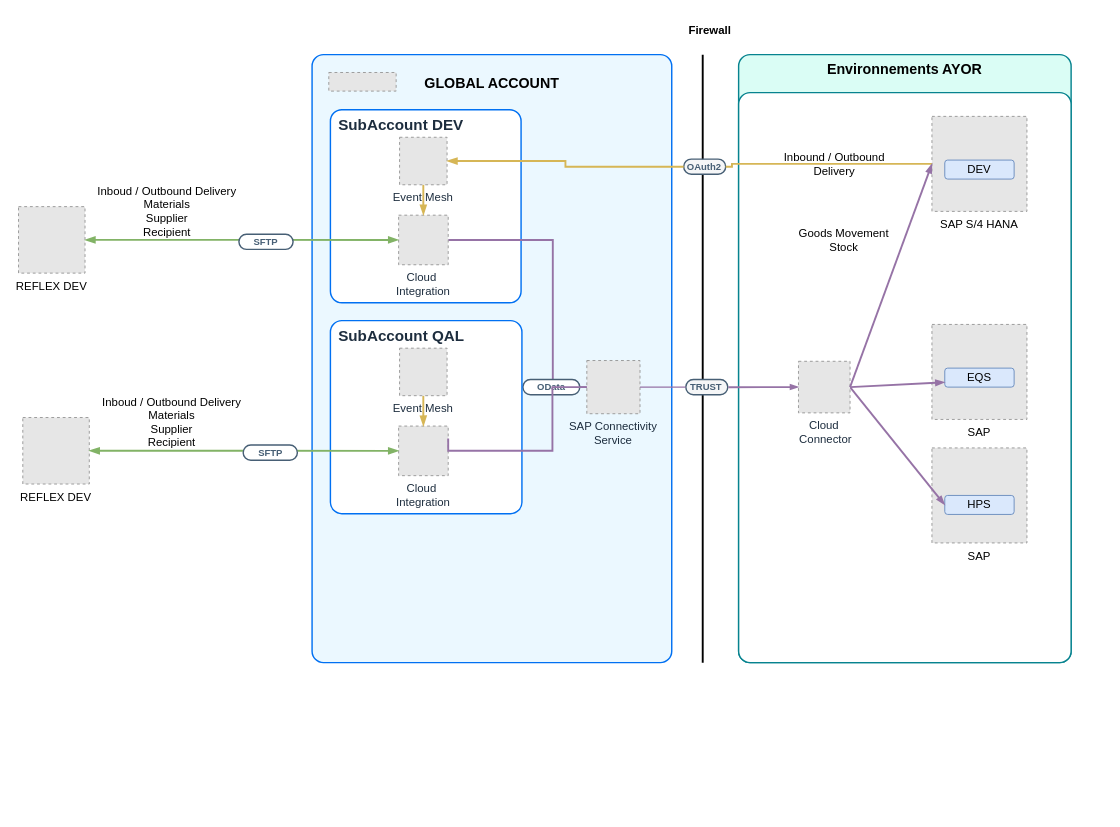
MikaPaP/BTP_ArchiIS keeps this draw.io diagram as TEMPLATE.drawio. Above is the earlier version. Source tidied: cells renumbered, new cells numbered last; positions are measured from the earlier drawing's top-left corner, leaving out a move shared by most shapes. Both pictures are drawn from the tidied source at 95%, with x=0, y=0 at pixel (18, 16). Pictures stored in the file or linked from it are replaced by grey dashed boxes.
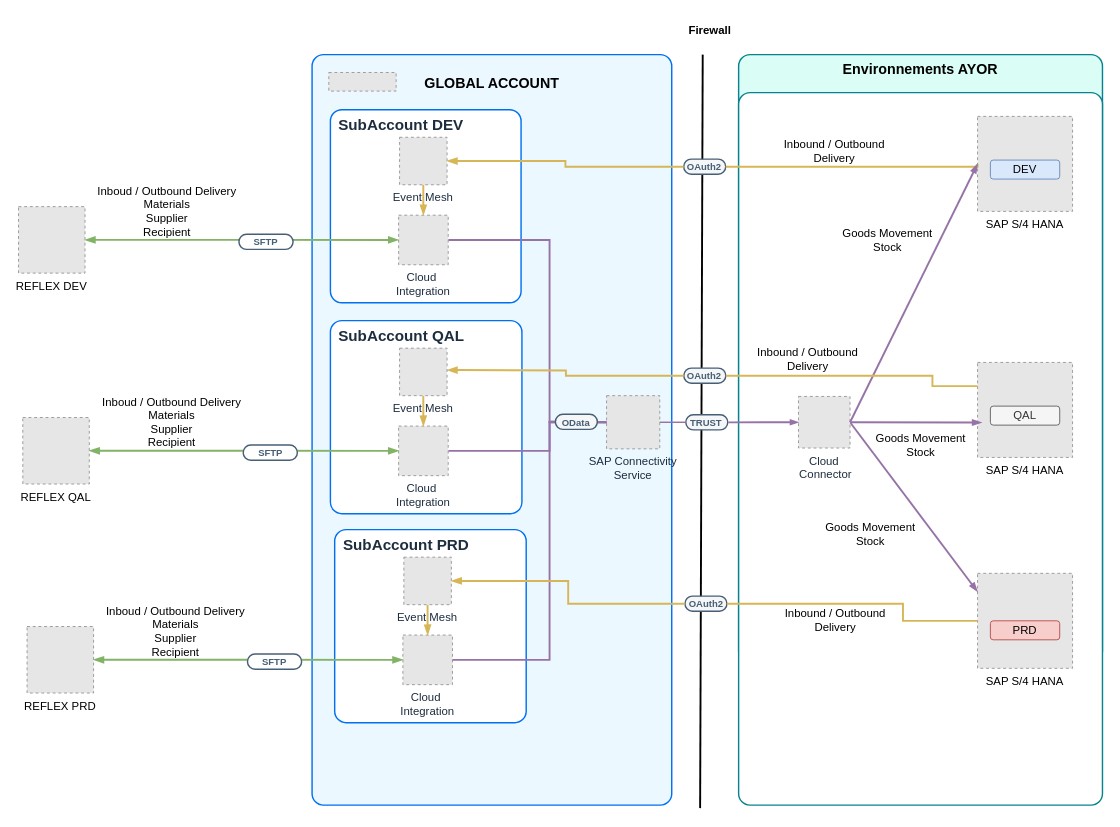
After the change.

The change refers to these unchanged cells:
```xml
<mxCell id="12" value="Cloud &#10;Integration" style="fillColor=#E6E6E6;strokeColor=#999999;dashed=1;verticalLabelPosition=bottom;verticalAlign=top;fontStyle=0;fontSize=12;fontColor=#1D2D3E;" parent="2" vertex="1">
  <mxGeometry x="91.1" y="169" width="52.2" height="52.2" as="geometry" />
</mxCell>
<mxCell id="15" value="&lt;p style=&quot;line-height: 114%;&quot;&gt;&lt;font color=&quot;#475f75&quot; size=&quot;1&quot;&gt;&lt;b style=&quot;&quot;&gt;OAuth2&lt;/b&gt;&lt;/font&gt;&lt;/p&gt;" style="rounded=1;whiteSpace=wrap;html=1;arcSize=50;strokeColor=#475f75;fillColor=#f5f6f7;fontColor=#266f3a;strokeWidth=1.5;" parent="2" vertex="1">
  <mxGeometry x="391.2" y="110" width="44.2" height="16" as="geometry" />
</mxCell>
<mxCell id="39" value="Cloud &#10;Integration" style="fillColor=#E6E6E6;strokeColor=#999999;dashed=1;verticalLabelPosition=bottom;verticalAlign=top;fontStyle=0;fontSize=12;fontColor=#1D2D3E;" parent="1" vertex="1">
  <mxGeometry x="400.1" y="431" width="52.2" height="52.2" as="geometry" />
</mxCell>
```

The edit, as a diff of the source:
```diff
@@
+    <mxCell id="18" value="Environnements AYOR" style="rounded=1;whiteSpace=wrap;html=1;strokeColor=#07838f;fillColor=#dafdf5;arcSize=24;absoluteArcSize=1;imageWidth=64;imageHeight=64;strokeWidth=1.5;verticalAlign=top;fontSize=15;fontStyle=1;" parent="1" vertex="1">
+      <mxGeometry x="758" y="40" width="383" height="640" as="geometry" />
+    </mxCell>
+    <mxCell id="19" style="rounded=1;whiteSpace=wrap;html=1;strokeColor=#07838f;fillColor=#FFFFFF;arcSize=24;absoluteArcSize=1;imageWidth=64;imageHeight=64;strokeWidth=1.5;" parent="1" vertex="1">
+      <mxGeometry x="758" y="80" width="383" height="750" as="geometry" />
+    </mxCell>
     <mxCell id="2" style="group;arcSize=24;" parent="1" vertex="1">
-      <mxGeometry x="309" y="40" width="571" height="640" as="geometry" />
+      <mxGeometry x="309" y="40" width="690" height="790" as="geometry" />
     </mxCell>
     <mxCell id="3" value="&lt;p style=&quot;line-height: 100%; font-size: 15px;&quot;&gt;&lt;/p&gt;&lt;h1 style=&quot;font-size: 15px;&quot;&gt;&lt;b style=&quot;font-size: 15px;&quot;&gt;GLOBAL ACCOUNT&lt;/b&gt;&lt;/h1&gt;&lt;p style=&quot;font-size: 15px;&quot;&gt;&lt;/p&gt;" style="rounded=1;whiteSpace=wrap;html=1;strokeColor=#0070F2;fillColor=#EBF8FF;arcSize=24;absoluteArcSize=1;imageWidth=64;imageHeight=64;strokeWidth=1.5;verticalAlign=top;fontSize=15;" parent="2" vertex="1">
-      <mxGeometry width="378.6" height="640" as="geometry" />
+      <mxGeometry width="378.6" height="790" as="geometry" />
     </mxCell>
@@
     <mxCell id="6" value="SAP Connectivity&#10;Service" style="fillColor=#E6E6E6;strokeColor=#999999;dashed=1;verticalLabelPosition=bottom;verticalAlign=top;fontStyle=0;fontSize=12;fontColor=#1D2D3E;" parent="2" vertex="1">
-      <mxGeometry x="289.2" y="322" width="56" height="56" as="geometry" />
+      <mxGeometry x="310" y="359" width="56" height="56" as="geometry" />
     </mxCell>
-    <mxCell id="7" style="edgeStyle=none;orthogonalLoop=1;jettySize=auto;html=1;rounded=0;endArrow=none;endFill=0;strokeWidth=2;" parent="2" edge="1">
+    <mxCell id="7" style="edgeStyle=none;jettySize=auto;html=1;rounded=0;endArrow=none;endFill=0;strokeWidth=2;entryX=0.592;entryY=1.004;entryDx=0;entryDy=0;entryPerimeter=0;" parent="2" edge="1" target="2">
       <mxGeometry relative="1" as="geometry">
         <mxPoint x="411.2" as="sourcePoint" />
-        <mxPoint x="411.2" y="640" as="targetPoint" />
       </mxGeometry>
     </mxCell>
     <mxCell id="8" value="&lt;p style=&quot;line-height: 114%;&quot;&gt;&lt;font color=&quot;#475f75&quot; size=&quot;1&quot;&gt;&lt;b style=&quot;&quot;&gt;TRUST&lt;/b&gt;&lt;/font&gt;&lt;/p&gt;" style="rounded=1;whiteSpace=wrap;html=1;arcSize=50;strokeColor=#475f75;fillColor=#f5f6f7;fontColor=#266f3a;strokeWidth=1.5;" parent="2" vertex="1">
-      <mxGeometry x="393.4" y="342" width="44.2" height="16" as="geometry" />
+      <mxGeometry x="393.4" y="379" width="44.2" height="16" as="geometry" />
     </mxCell>
@@
     <mxCell id="10" style="edgeStyle=orthogonalEdgeStyle;rounded=0;jettySize=auto;html=1;entryX=0;entryY=0.5;entryDx=0;entryDy=0;entryPerimeter=0;strokeColor=#9673a6;strokeWidth=2;endArrow=none;endFill=0;fillColor=#e1d5e7;exitX=1;exitY=0.5;exitDx=0;exitDy=0;exitPerimeter=0;" parent="2" edge="1" source="12" target="6">
       <mxGeometry relative="1" as="geometry">
         <Array as="points">
-          <mxPoint x="253.4" y="195" />
-          <mxPoint x="253.4" y="350" />
+          <mxPoint x="250" y="195" />
+          <mxPoint x="250" y="387" />
         </Array>
       </mxGeometry>
     </mxCell>
-    <mxCell id="11" value="&lt;font color=&quot;#475f75&quot; size=&quot;1&quot;&gt;&lt;b style=&quot;&quot;&gt;OData&lt;/b&gt;&lt;/font&gt;" style="rounded=1;whiteSpace=wrap;html=1;arcSize=50;strokeColor=#475f75;fillColor=default;strokeWidth=1.5;" parent="2" vertex="1">
-      <mxGeometry x="221.9" y="342" width="59.9" height="16" as="geometry" />
-    </mxCell>
@@
-    <mxCell id="18" value="Environnements AYOR" style="rounded=1;whiteSpace=wrap;html=1;strokeColor=#07838f;fillColor=#dafdf5;arcSize=24;absoluteArcSize=1;imageWidth=64;imageHeight=64;strokeWidth=1.5;verticalAlign=top;fontSize=15;fontStyle=1;" parent="1" vertex="1">
-      <mxGeometry x="758" y="40" width="350" height="640" as="geometry" />
-    </mxCell>
-    <mxCell id="19" style="rounded=1;whiteSpace=wrap;html=1;strokeColor=#07838f;fillColor=#FFFFFF;arcSize=24;absoluteArcSize=1;imageWidth=64;imageHeight=64;strokeWidth=1.5;" parent="1" vertex="1">
-      <mxGeometry x="758" y="80" width="350" height="600" as="geometry" />
-    </mxCell>
+    <mxCell id="47" value="&lt;p style=&quot;line-height: 114%;&quot;&gt;&lt;font color=&quot;#475f75&quot; size=&quot;1&quot;&gt;&lt;b style=&quot;&quot;&gt;OAuth2&lt;/b&gt;&lt;/font&gt;&lt;/p&gt;" style="rounded=1;whiteSpace=wrap;html=1;arcSize=50;strokeColor=#475f75;fillColor=#f5f6f7;fontColor=#266f3a;strokeWidth=1.5;" parent="2" vertex="1">
+      <mxGeometry x="391.3" y="330" width="44.2" height="16" as="geometry" />
+    </mxCell>
+    <mxCell id="48" style="edgeStyle=orthogonalEdgeStyle;rounded=0;jettySize=auto;html=1;exitX=0;exitY=0.5;exitDx=0;exitDy=0;entryX=1;entryY=0.5;entryDx=0;entryDy=0;entryPerimeter=0;fillColor=#fff2cc;strokeColor=#d6b656;strokeWidth=2;endArrow=blockThin;endFill=1;" parent="2" edge="1" source="47">
+      <mxGeometry relative="1" as="geometry">
+        <mxPoint x="142.1" y="332" as="targetPoint" />
+      </mxGeometry>
+    </mxCell>
+    <mxCell id="49" value="Inbound / Outbound Delivery" style="text;html=1;align=center;verticalAlign=middle;whiteSpace=wrap;rounded=0;" parent="2" vertex="1">
+      <mxGeometry x="462.1" y="306" width="120" height="30" as="geometry" />
+    </mxCell>
+    <mxCell id="50" value="Goods Movement&lt;div&gt;Stock&lt;/div&gt;" style="text;html=1;align=center;verticalAlign=middle;whiteSpace=wrap;rounded=0;" parent="2" vertex="1">
+      <mxGeometry x="581" y="396" width="120" height="30" as="geometry" />
+    </mxCell>
+    <mxCell id="51" value="&lt;p style=&quot;line-height: 114%;&quot;&gt;&lt;font color=&quot;#475f75&quot; size=&quot;1&quot;&gt;&lt;b style=&quot;&quot;&gt;OAuth2&lt;/b&gt;&lt;/font&gt;&lt;/p&gt;" style="rounded=1;whiteSpace=wrap;html=1;arcSize=50;strokeColor=#475f75;fillColor=#f5f6f7;fontColor=#266f3a;strokeWidth=1.5;" parent="2" vertex="1">
+      <mxGeometry x="392.5" y="570" width="44.2" height="16" as="geometry" />
+    </mxCell>
+    <mxCell id="52" value="Inbound / Outbound Delivery" style="text;html=1;align=center;verticalAlign=middle;whiteSpace=wrap;rounded=0;" parent="2" vertex="1">
+      <mxGeometry x="491.3" y="580" width="120" height="30" as="geometry" />
+    </mxCell>
+    <mxCell id="53" value="&lt;font face=&quot;arial&quot; style=&quot;color: rgb(29, 45, 62); text-wrap-mode: nowrap; font-size: 16px;&quot;&gt;&lt;b&gt;SubAccount PRD&lt;/b&gt;&lt;/font&gt;" style="rounded=1;whiteSpace=wrap;html=1;strokeColor=#0070F2;strokeWidth=1.5;arcSize=24;fillColor=#FFFFFF;perimeterSpacing=0;absoluteArcSize=1;verticalAlign=top;align=left;spacingTop=0;spacingLeft=7;" parent="1" vertex="1">
+      <mxGeometry x="332.8" y="540" width="201.6" height="203.2" as="geometry" />
+    </mxCell>
+    <mxCell id="46" style="edgeStyle=orthogonalEdgeStyle;rounded=0;jettySize=auto;html=1;exitX=1;exitY=0.5;exitDx=0;exitDy=0;exitPerimeter=0;entryX=0;entryY=0.5;entryDx=0;entryDy=0;entryPerimeter=0;strokeColor=#9673a6;strokeWidth=2;endArrow=none;endFill=0;fillColor=#e1d5e7;" parent="1" edge="1" source="39" target="6">
+      <mxGeometry relative="1" as="geometry">
+        <Array as="points">
+          <mxPoint x="559" y="457" />
+          <mxPoint x="559" y="427" />
+        </Array>
+      </mxGeometry>
+    </mxCell>
@@
-    <mxCell id="21" value="SAP" style="fillColor=#E6E6E6;strokeColor=#999999;dashed=1;verticalLabelPosition=bottom;verticalAlign=top;" parent="1" vertex="1">
-      <mxGeometry x="961.5" y="324" width="100" height="100" as="geometry" />
+    <mxCell id="21" value="SAP S/4 HANA" style="fillColor=#E6E6E6;strokeColor=#999999;dashed=1;verticalLabelPosition=bottom;verticalAlign=top;" parent="1" vertex="1">
+      <mxGeometry x="1009.5" y="364" width="100" height="100" as="geometry" />
     </mxCell>
-    <mxCell id="22" value="EQS" style="rounded=1;whiteSpace=wrap;html=1;fillColor=#dae8fc;strokeColor=#6c8ebf;" parent="1" vertex="1">
-      <mxGeometry x="975" y="370" width="73" height="20" as="geometry" />
+    <mxCell id="22" value="QAL" style="rounded=1;whiteSpace=wrap;html=1;fillColor=#f5f5f5;strokeColor=#666666;fontColor=#333333;" parent="1" vertex="1">
+      <mxGeometry x="1023" y="410" width="73" height="20" as="geometry" />
     </mxCell>
-    <mxCell id="23" value="SAP" style="fillColor=#E6E6E6;strokeColor=#999999;dashed=1;verticalLabelPosition=bottom;verticalAlign=top;" parent="1" vertex="1">
-      <mxGeometry x="961.5" y="454" width="100" height="100" as="geometry" />
+    <mxCell id="23" value="SAP S/4 HANA" style="fillColor=#E6E6E6;strokeColor=#999999;dashed=1;verticalLabelPosition=bottom;verticalAlign=top;" parent="1" vertex="1">
+      <mxGeometry x="1009.5" y="586" width="100" height="100" as="geometry" />
     </mxCell>
-    <mxCell id="24" value="HPS" style="rounded=1;whiteSpace=wrap;html=1;fillColor=#dae8fc;strokeColor=#6c8ebf;" parent="1" vertex="1">
-      <mxGeometry x="975" y="504" width="73" height="20" as="geometry" />
+    <mxCell id="24" value="PRD" style="rounded=1;whiteSpace=wrap;html=1;fillColor=#f8cecc;strokeColor=#b85450;" parent="1" vertex="1">
+      <mxGeometry x="1023" y="636" width="73" height="20" as="geometry" />
     </mxCell>
-    <mxCell id="25" style="edgeStyle=none;rounded=0;jettySize=auto;html=1;fontColor=#BFBFBF;fontSize=13;strokeColor=#9673a6;endSize=5;strokeWidth=2;endArrow=blockThin;endFill=1;exitX=1;exitY=0.5;exitDx=0;exitDy=0;entryX=0;entryY=0.75;entryDx=0;entryDy=0;flowAnimation=0;fillColor=#e1d5e7;" parent="1" edge="1" source="28" target="22">
+    <mxCell id="25" style="edgeStyle=none;rounded=0;jettySize=auto;html=1;fontColor=#BFBFBF;fontSize=13;strokeColor=#9673a6;endSize=5;strokeWidth=2;endArrow=blockThin;endFill=1;exitX=1;exitY=0.5;exitDx=0;exitDy=0;flowAnimation=0;fillColor=#e1d5e7;entryX=0.042;entryY=0.633;entryDx=0;entryDy=0;entryPerimeter=0;" parent="1" edge="1" source="28" target="21">
       <mxGeometry relative="1" as="geometry" />
     </mxCell>
-    <mxCell id="26" style="edgeStyle=none;rounded=0;jettySize=auto;html=1;fontColor=#BFBFBF;fontSize=13;strokeColor=#9673a6;endSize=5;strokeWidth=2;endArrow=blockThin;endFill=1;exitX=1;exitY=0.5;exitDx=0;exitDy=0;entryX=0;entryY=0.5;entryDx=0;entryDy=0;flowAnimation=0;fillColor=#e1d5e7;" parent="1" edge="1" source="28" target="24">
+    <mxCell id="26" style="edgeStyle=none;rounded=0;jettySize=auto;html=1;fontColor=#BFBFBF;fontSize=13;strokeColor=#9673a6;endSize=5;strokeWidth=2;endArrow=blockThin;endFill=1;exitX=1;exitY=0.5;exitDx=0;exitDy=0;entryX=0;entryY=0.194;entryDx=0;entryDy=0;flowAnimation=0;fillColor=#e1d5e7;entryPerimeter=0;" parent="1" edge="1" source="28" target="23">
       <mxGeometry relative="1" as="geometry" />
     </mxCell>
@@
     <mxCell id="28" value="Cloud&#10; Connector" style="fillColor=#E6E6E6;strokeColor=#999999;dashed=1;verticalLabelPosition=bottom;verticalAlign=top;fontStyle=0;fontSize=12;fontColor=#1D2D3E;" parent="1" vertex="1">
-      <mxGeometry x="821" y="362.8" width="54.3" height="54.3" as="geometry" />
+      <mxGeometry x="821" y="399.8" width="54.3" height="54.3" as="geometry" />
     </mxCell>
@@
     <mxCell id="32" value="SAP S/4 HANA" style="fillColor=#E6E6E6;strokeColor=#999999;dashed=1;verticalLabelPosition=bottom;verticalAlign=top;" parent="1" vertex="1">
-      <mxGeometry x="961.5" y="105" width="100" height="100" as="geometry" />
+      <mxGeometry x="1009.5" y="105" width="100" height="100" as="geometry" />
     </mxCell>
     <mxCell id="33" value="DEV" style="rounded=1;whiteSpace=wrap;html=1;fillColor=#dae8fc;strokeColor=#6c8ebf;" parent="1" vertex="1">
-      <mxGeometry x="975" y="151" width="73" height="20" as="geometry" />
+      <mxGeometry x="1023" y="151" width="73" height="20" as="geometry" />
     </mxCell>
     <mxCell id="34" style="edgeStyle=orthogonalEdgeStyle;rounded=0;jettySize=auto;html=1;exitX=0;exitY=0.5;exitDx=0;exitDy=0;entryX=1;entryY=0.5;entryDx=0;entryDy=0;fillColor=#fff2cc;strokeColor=#d6b656;strokeWidth=2;endArrow=none;endFill=0;" parent="1" edge="1" source="32" target="15">
       <mxGeometry relative="1" as="geometry">
         <Array as="points">
-          <mxPoint x="751" y="155" />
+          <mxPoint x="1009" y="158" />
         </Array>
       </mxGeometry>
     </mxCell>
@@
     <mxCell id="36" value="Inbound / Outbound Delivery" style="text;html=1;align=center;verticalAlign=middle;whiteSpace=wrap;rounded=0;" parent="1" vertex="1">
-      <mxGeometry x="799" y="140" width="120" height="30" as="geometry" />
+      <mxGeometry x="799" y="127" width="120" height="30" as="geometry" />
     </mxCell>
@@
     <mxCell id="38" value="Goods Movement&lt;div&gt;Stock&lt;/div&gt;" style="text;html=1;align=center;verticalAlign=middle;whiteSpace=wrap;rounded=0;" parent="1" vertex="1">
-      <mxGeometry x="809" y="220.1" width="120" height="30" as="geometry" />
+      <mxGeometry x="855" y="220.1" width="120" height="30" as="geometry" />
     </mxCell>
@@
-    <mxCell id="42" value="REFLEX DEV" style="fillColor=#E6E6E6;strokeColor=#999999;dashed=1;verticalLabelPosition=bottom;verticalAlign=top;" parent="1" vertex="1">
+    <mxCell id="42" value="REFLEX QAL" style="fillColor=#E6E6E6;strokeColor=#999999;dashed=1;verticalLabelPosition=bottom;verticalAlign=top;" parent="1" vertex="1">
       <mxGeometry x="4.5" y="422" width="70" height="70" as="geometry" />
     </mxCell>
@@
-    <mxCell id="46" style="edgeStyle=orthogonalEdgeStyle;rounded=0;jettySize=auto;html=1;exitX=1;exitY=0.25;exitDx=0;exitDy=0;exitPerimeter=0;entryX=0;entryY=0.5;entryDx=0;entryDy=0;entryPerimeter=0;strokeColor=#9673a6;strokeWidth=2;endArrow=none;endFill=0;fillColor=#e1d5e7;" parent="1" edge="1" source="39" target="6">
-      <mxGeometry relative="1" as="geometry">
-        <Array as="points">
-          <mxPoint x="452" y="457" />
-          <mxPoint x="562" y="457" />
-          <mxPoint x="562" y="390" />
-        </Array>
-      </mxGeometry>
-    </mxCell>
+    <mxCell id="54" value="Cloud &#10;Integration" style="fillColor=#E6E6E6;strokeColor=#999999;dashed=1;verticalLabelPosition=bottom;verticalAlign=top;fontStyle=0;fontSize=12;fontColor=#1D2D3E;" parent="1" vertex="1">
+      <mxGeometry x="404.6" y="651" width="52.2" height="52.2" as="geometry" />
+    </mxCell>
+    <mxCell id="55" style="edgeStyle=orthogonalEdgeStyle;rounded=0;jettySize=auto;html=1;fillColor=#fff2cc;strokeColor=#d6b656;strokeWidth=2;endArrow=blockThin;endFill=1;" parent="1" edge="1" source="56" target="54">
+      <mxGeometry relative="1" as="geometry" />
+    </mxCell>
+    <mxCell id="56" value="Event Mesh" style="fillColor=#E6E6E6;strokeColor=#999999;dashed=1;verticalLabelPosition=bottom;verticalAlign=top;fontStyle=0;fontSize=12;fontColor=#1D2D3E;" parent="1" vertex="1">
+      <mxGeometry x="405.6" y="569" width="50" height="50" as="geometry" />
+    </mxCell>
+    <mxCell id="57" value="REFLEX PRD" style="fillColor=#E6E6E6;strokeColor=#999999;dashed=1;verticalLabelPosition=bottom;verticalAlign=top;" parent="1" vertex="1">
+      <mxGeometry x="9" y="642" width="70" height="70" as="geometry" />
+    </mxCell>
+    <mxCell id="58" style="edgeStyle=orthogonalEdgeStyle;rounded=0;jettySize=auto;html=1;exitX=1;exitY=0.5;exitDx=0;exitDy=0;entryX=0;entryY=0.5;entryDx=0;entryDy=0;entryPerimeter=0;strokeWidth=2;endArrow=blockThin;endFill=1;strokeColor=#82b366;startArrow=blockThin;startFill=1;fillColor=#d5e8d4;" parent="1" edge="1" source="57" target="54">
+      <mxGeometry relative="1" as="geometry" />
+    </mxCell>
+    <mxCell id="59" value="&lt;font color=&quot;#475f75&quot; size=&quot;1&quot;&gt;&lt;b style=&quot;&quot;&gt;SFTP&lt;/b&gt;&lt;/font&gt;" style="rounded=1;whiteSpace=wrap;html=1;arcSize=50;strokeColor=#475f75;fillColor=default;strokeWidth=1.5;" parent="1" vertex="1">
+      <mxGeometry x="241" y="671" width="57" height="16" as="geometry" />
+    </mxCell>
+    <mxCell id="60" value="Inboud / Outbound Delivery&lt;div&gt;Materials&lt;/div&gt;&lt;div&gt;Supplier&lt;/div&gt;&lt;div&gt;Recipient&lt;/div&gt;" style="text;html=1;align=center;verticalAlign=middle;whiteSpace=wrap;rounded=0;" parent="1" vertex="1">
+      <mxGeometry x="88" y="622" width="155" height="49" as="geometry" />
+    </mxCell>
+    <mxCell id="61" style="edgeStyle=orthogonalEdgeStyle;rounded=0;jettySize=auto;html=1;exitX=1;exitY=0.5;exitDx=0;exitDy=0;exitPerimeter=0;entryX=0;entryY=0.5;entryDx=0;entryDy=0;entryPerimeter=0;strokeColor=#9673a6;strokeWidth=2;endArrow=none;endFill=0;fillColor=#e1d5e7;" parent="1" edge="1" source="11" target="6">
+      <mxGeometry relative="1" as="geometry">
+        <Array as="points">
+          <mxPoint x="559" y="427" />
+        </Array>
+      </mxGeometry>
+    </mxCell>
+    <mxCell id="62" style="edgeStyle=orthogonalEdgeStyle;rounded=0;jettySize=auto;html=1;exitX=1;exitY=0.5;exitDx=0;exitDy=0;exitPerimeter=0;entryX=0;entryY=0.5;entryDx=0;entryDy=0;entryPerimeter=0;strokeColor=#9673a6;strokeWidth=2;endArrow=none;endFill=0;fillColor=#e1d5e7;" parent="1" edge="1" source="54" target="11">
+      <mxGeometry relative="1" as="geometry">
+        <Array as="points">
+          <mxPoint x="559" y="677" />
+        </Array>
+      </mxGeometry>
+    </mxCell>
+    <mxCell id="11" value="&lt;p style=&quot;line-height: 114%;&quot;&gt;&lt;font color=&quot;#475f75&quot; size=&quot;1&quot;&gt;&lt;b style=&quot;&quot;&gt;OData&lt;/b&gt;&lt;/font&gt;&lt;/p&gt;" style="rounded=1;whiteSpace=wrap;html=1;arcSize=50;strokeColor=#475f75;fillColor=#f5f6f7;fontColor=#266f3a;strokeWidth=1.5;" parent="1" vertex="1">
+      <mxGeometry x="565.1" y="418.5" width="44.2" height="16" as="geometry" />
+    </mxCell>
+    <mxCell id="63" style="edgeStyle=orthogonalEdgeStyle;rounded=0;jettySize=auto;html=1;exitX=0;exitY=0.25;exitDx=0;exitDy=0;entryX=1;entryY=0.5;entryDx=0;entryDy=0;fillColor=#fff2cc;strokeColor=#d6b656;strokeWidth=2;endArrow=none;endFill=0;" parent="1" edge="1" source="21" target="47">
+      <mxGeometry relative="1" as="geometry">
+        <Array as="points">
+          <mxPoint x="962" y="389" />
+          <mxPoint x="962" y="378" />
+        </Array>
+      </mxGeometry>
+    </mxCell>
+    <mxCell id="64" style="edgeStyle=orthogonalEdgeStyle;rounded=0;jettySize=auto;html=1;exitX=0;exitY=0.5;exitDx=0;exitDy=0;entryX=1;entryY=0.5;entryDx=0;entryDy=0;fillColor=#fff2cc;strokeColor=#d6b656;strokeWidth=2;endArrow=none;endFill=0;" parent="1" edge="1" source="23" target="51">
+      <mxGeometry relative="1" as="geometry">
+        <Array as="points">
+          <mxPoint x="931" y="636" />
+          <mxPoint x="931" y="618" />
+        </Array>
+      </mxGeometry>
+    </mxCell>
+    <mxCell id="65" value="Goods Movement&lt;div&gt;Stock&lt;/div&gt;" style="text;html=1;align=center;verticalAlign=middle;whiteSpace=wrap;rounded=0;" parent="1" vertex="1">
+      <mxGeometry x="837" y="530" width="120" height="30" as="geometry" />
+    </mxCell>
+    <mxCell id="66" style="edgeStyle=orthogonalEdgeStyle;rounded=0;jettySize=auto;html=1;exitX=0;exitY=0.5;exitDx=0;exitDy=0;fillColor=#fff2cc;strokeColor=#d6b656;strokeWidth=2;endArrow=blockThin;endFill=1;entryX=1;entryY=0.5;entryDx=0;entryDy=0;entryPerimeter=0;" parent="1" edge="1" source="51" target="56">
+      <mxGeometry relative="1" as="geometry" />
+    </mxCell>
```
